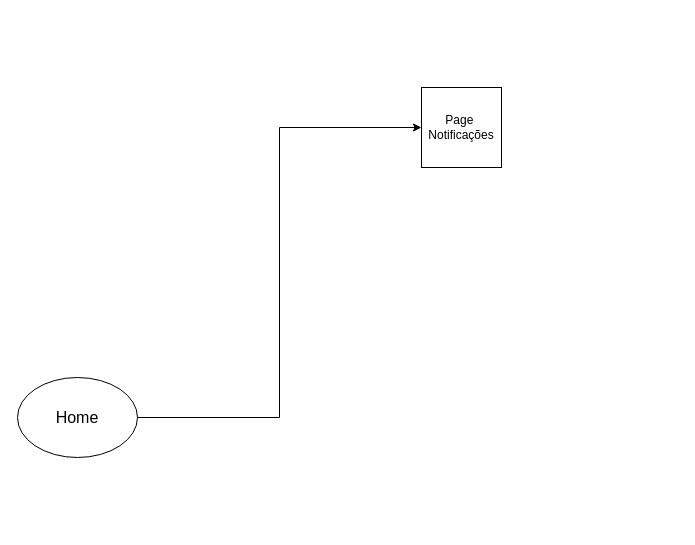
This is page "Home Notificações" (4 of 5) of Novoteste.drawio from gabrimota/Diagramas, a draw.io file, before an edit. Source tidied: cells renumbered, new cells numbered last; positions are measured from the earlier drawing's top-left corner, leaving out a move shared by most shapes. Both pictures are drawn from the tidied source at 100%, with x=0, y=0 at pixel (17, 87).
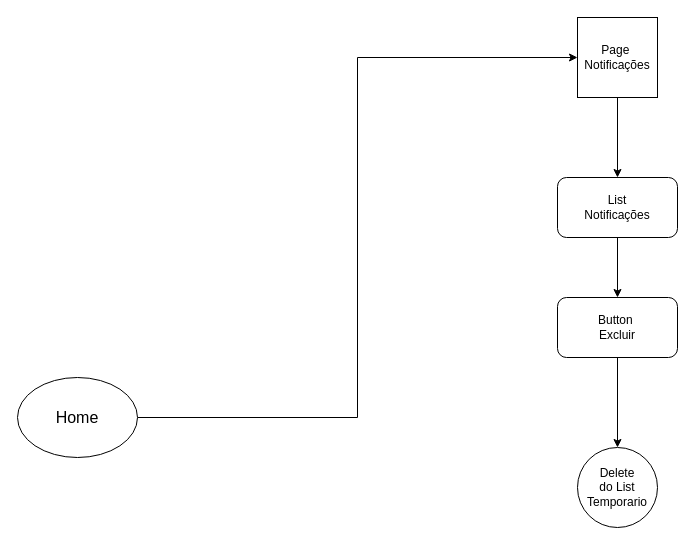
After the change.

The edit, as a diff of the source:
```diff
@@
 <mxGraphModel>
   <root>
     <mxCell id="0" />
     <mxCell id="1" parent="0" />
     <mxCell id="2" style="edgeStyle=orthogonalEdgeStyle;rounded=0;jettySize=auto;html=1;entryX=0;entryY=0.5;entryDx=0;entryDy=0;" parent="1" edge="1" source="3" target="4">
       <mxGeometry relative="1" as="geometry" />
     </mxCell>
     <mxCell id="3" value="&lt;font size=&quot;3&quot;&gt;Home&lt;/font&gt;" style="ellipse;whiteSpace=wrap;html=1;" parent="1" vertex="1">
       <mxGeometry y="290" width="120" height="80" as="geometry" />
     </mxCell>
+    <mxCell id="5" style="edgeStyle=orthogonalEdgeStyle;rounded=0;jettySize=auto;html=1;entryX=0.5;entryY=0;entryDx=0;entryDy=0;" parent="1" edge="1" source="4" target="7">
+      <mxGeometry relative="1" as="geometry" />
+    </mxCell>
     <mxCell id="4" value="Page&amp;nbsp;&lt;br&gt;Notificações" style="whiteSpace=wrap;html=1;" parent="1" vertex="1">
-      <mxGeometry x="404" width="80" height="80" as="geometry" />
+      <mxGeometry x="560" y="-70" width="80" height="80" as="geometry" />
     </mxCell>
+    <mxCell id="6" style="edgeStyle=orthogonalEdgeStyle;rounded=0;jettySize=auto;html=1;entryX=0.5;entryY=0;entryDx=0;entryDy=0;" parent="1" edge="1" source="7" target="9">
+      <mxGeometry relative="1" as="geometry" />
+    </mxCell>
+    <mxCell id="7" value="List&lt;br&gt;Notificações" style="rounded=1;whiteSpace=wrap;html=1;" parent="1" vertex="1">
+      <mxGeometry x="540" y="90" width="120" height="60" as="geometry" />
+    </mxCell>
+    <mxCell id="8" style="edgeStyle=orthogonalEdgeStyle;rounded=0;jettySize=auto;html=1;entryX=0.5;entryY=0;entryDx=0;entryDy=0;" parent="1" edge="1" source="9" target="10">
+      <mxGeometry relative="1" as="geometry" />
+    </mxCell>
+    <mxCell id="9" value="Button&amp;nbsp;&lt;br&gt;Excluir" style="rounded=1;whiteSpace=wrap;html=1;" parent="1" vertex="1">
+      <mxGeometry x="540" y="210" width="120" height="60" as="geometry" />
+    </mxCell>
+    <mxCell id="10" value="Delete&lt;br&gt;do List Temporario" style="ellipse;whiteSpace=wrap;html=1;" parent="1" vertex="1">
+      <mxGeometry x="560" y="360" width="80" height="80" as="geometry" />
+    </mxCell>
   </root>
 </mxGraphModel>
```
